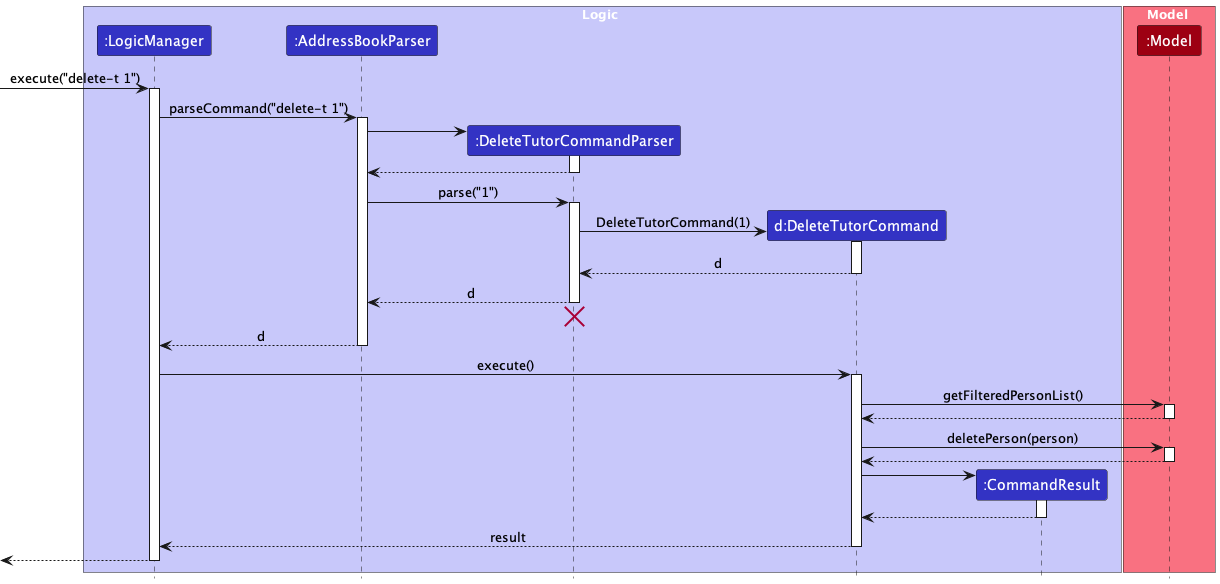
The PlantUML diagram docs/images/DeleteTutorSequenceDiagram.png in nus-cs2103-AY2324S1/tp, before a commit.
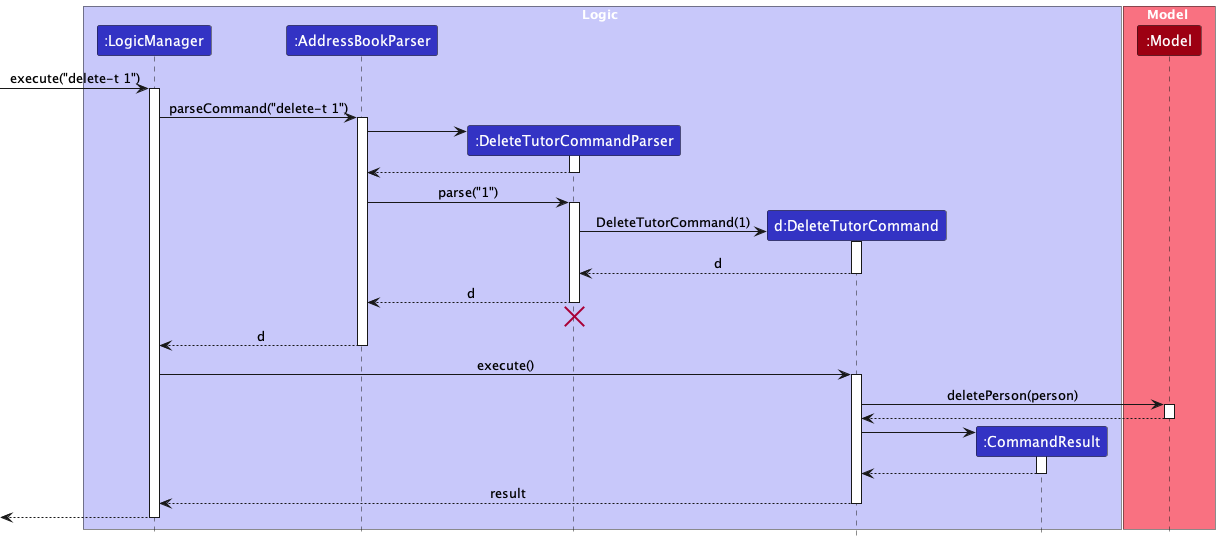
Later version of the same file.

Change to the diagram source:
```diff
@@ -48,12 +48,6 @@
 LogicManager -> DeleteTutorCommand : execute()
 activate DeleteTutorCommand
 
-DeleteTutorCommand -> Model : getFilteredPersonList()
-activate Model
-
-Model --> DeleteTutorCommand
-deactivate Model
-
 DeleteTutorCommand -> Model : deletePerson(person)
 activate Model
 
```
